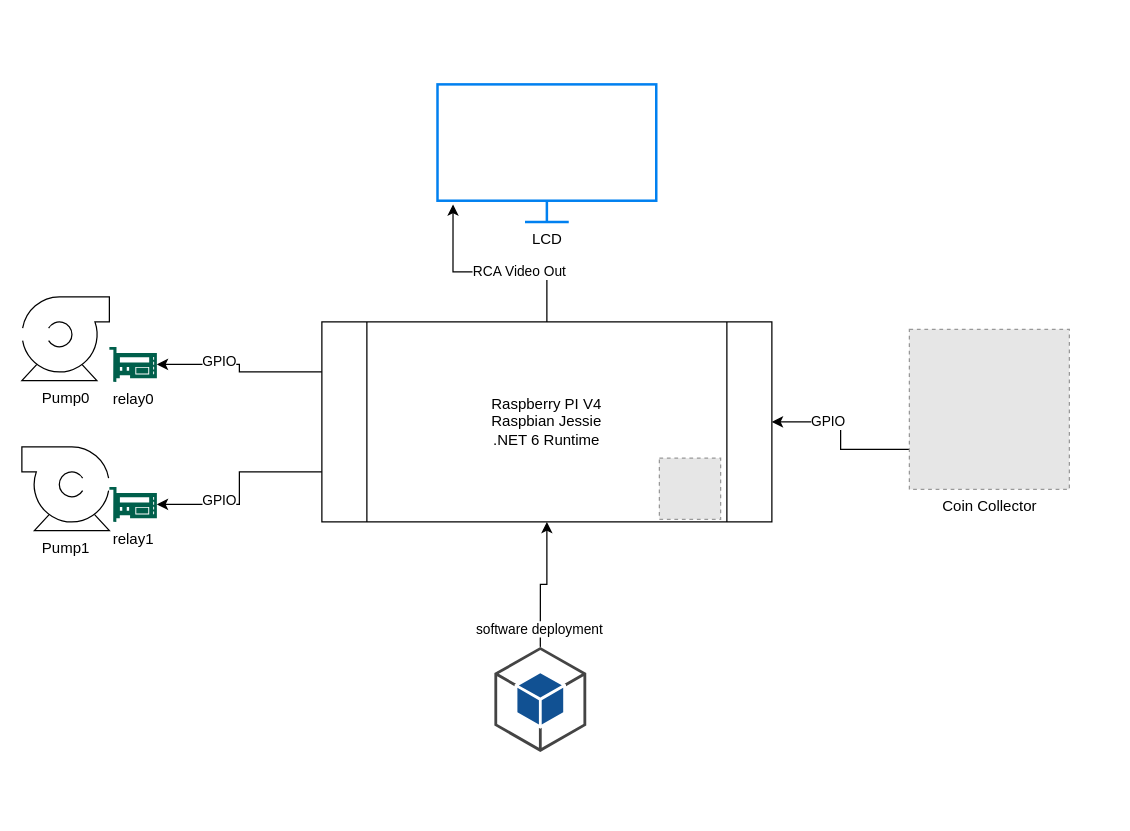
Above: docs/diagrams/SelfService_Architecture_Diagram.drawio in alinflorin/self-wash-system (draw.io), before the change. Source tidied: cells renumbered, new cells numbered last; positions are measured from the earlier drawing's top-left corner, leaving out a move shared by most shapes. Both pictures are drawn from the tidied source at 125%, with x=0, y=0 at pixel (21, 84). Pictures stored in the file or linked from it are replaced by grey dashed boxes.
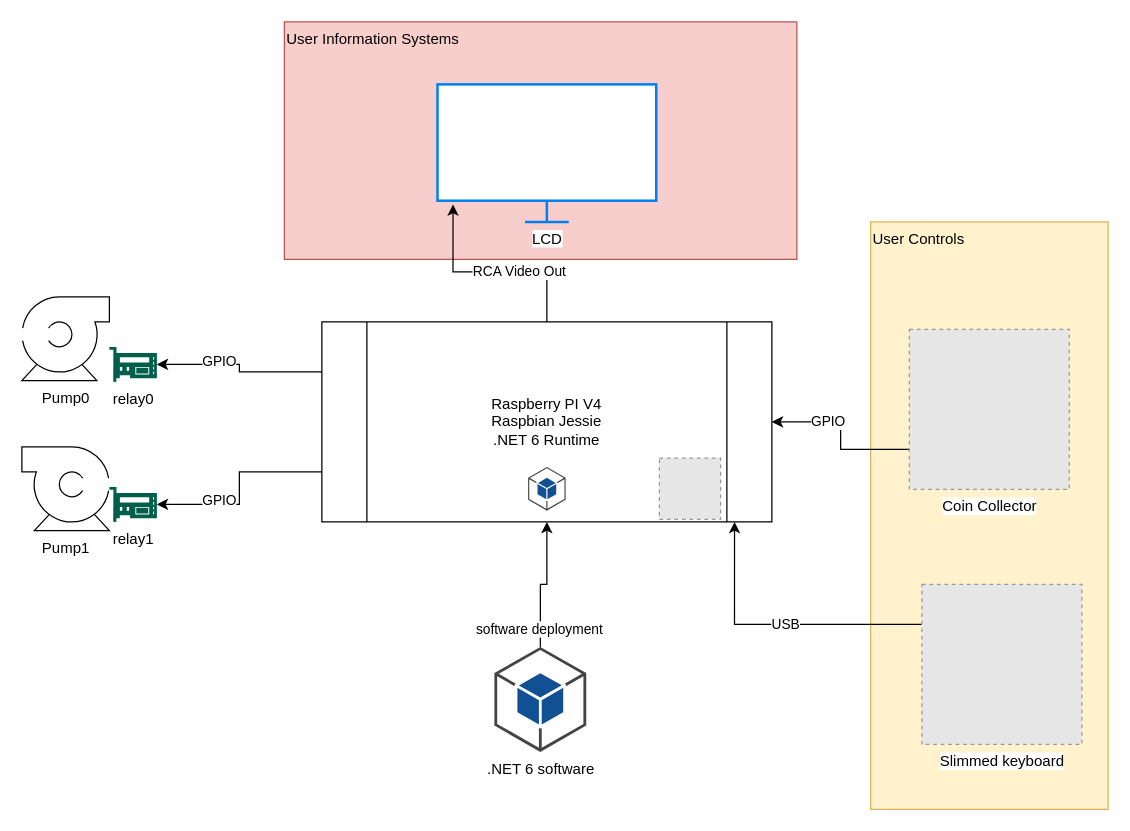
After the change.

Unchanged cells that the change refers to:
```xml
<mxCell id="2" style="group;" parent="1" vertex="1">
  <mxGeometry x="240" y="190" width="360" height="160" as="geometry" />
</mxCell>
<mxCell id="3" value="Raspberry PI V4&lt;br&gt;Raspbian Jessie&lt;br&gt;.NET 6 Runtime" style="shape=process;whiteSpace=wrap;html=1;backgroundOutline=1;" parent="2" vertex="1">
  <mxGeometry width="360" height="160" as="geometry" />
</mxCell>
```

Change to the diagram source:
```diff
@@
+    <mxCell id="22" value="User Information Systems" style="rounded=0;whiteSpace=wrap;html=1;fillColor=#f8cecc;strokeColor=#b85450;verticalAlign=top;align=left;" parent="1" vertex="1">
+      <mxGeometry x="210" y="-50" width="410" height="190" as="geometry" />
+    </mxCell>
+    <mxCell id="23" value="User Controls" style="rounded=0;whiteSpace=wrap;html=1;fillColor=#fff2cc;strokeColor=#d6b656;verticalAlign=top;align=left;" parent="1" vertex="1">
+      <mxGeometry x="679" y="110" width="190" height="470" as="geometry" />
+    </mxCell>
@@
+    <mxCell id="24" style="dashed=0;verticalLabelPosition=bottom;verticalAlign=top;align=center;html=1;shape=mxgraph.aws3.android;fillColor=#115193;gradientColor=none;" parent="2" vertex="1">
+      <mxGeometry x="165" y="116" width="30" height="35" as="geometry" />
+    </mxCell>
@@
-    <mxCell id="7" style="outlineConnect=0;dashed=0;verticalLabelPosition=bottom;verticalAlign=top;align=center;html=1;shape=mxgraph.aws3.android;fillColor=#115193;gradientColor=none;" parent="1" vertex="1">
+    <mxCell id="7" value=".NET 6 software" style="outlineConnect=0;dashed=0;verticalLabelPosition=bottom;verticalAlign=top;align=center;html=1;shape=mxgraph.aws3.android;fillColor=#115193;gradientColor=none;" parent="1" vertex="1">
       <mxGeometry x="378" y="450" width="73.5" height="84" as="geometry" />
     </mxCell>
@@
+    <mxCell id="25" style="edgeStyle=orthogonalEdgeStyle;rounded=0;jettySize=auto;html=1;exitX=0;exitY=0.25;exitDx=0;exitDy=0;entryX=0.917;entryY=1;entryDx=0;entryDy=0;entryPerimeter=0;" parent="1" edge="1" source="27" target="3">
+      <mxGeometry relative="1" as="geometry" />
+    </mxCell>
+    <mxCell id="26" value="USB" style="edgeLabel;html=1;align=center;verticalAlign=middle;" parent="25" vertex="1">
+      <mxGeometry x="-0.05" y="-1" relative="1" as="geometry" />
+    </mxCell>
+    <mxCell id="27" value="Slimmed keyboard" style="fillColor=#E6E6E6;strokeColor=#999999;dashed=1;html=1;verticalAlign=top;verticalLabelPosition=bottom;labelBackgroundColor=#ffffff;" parent="1" vertex="1">
+      <mxGeometry x="720" y="400" width="128" height="128" as="geometry" />
+    </mxCell>
```
